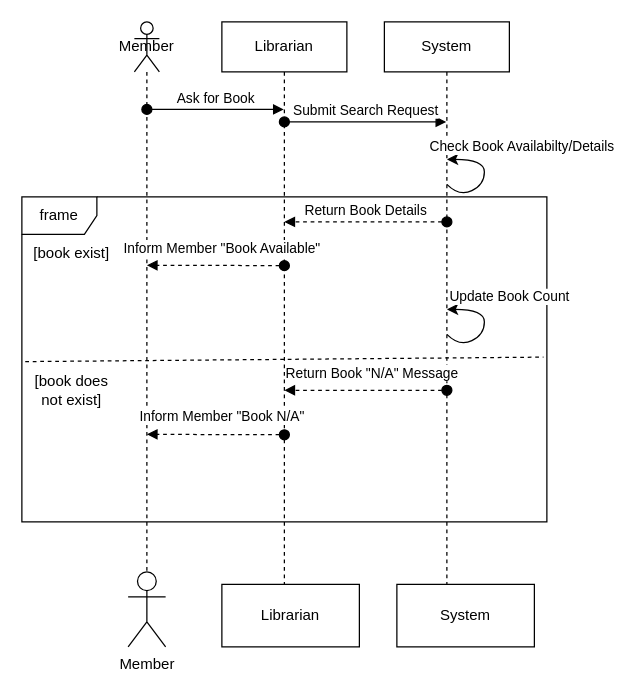
The draw.io diagram Sequence Diagram/Search Function.drawio in mazzzen-65/Library-Management-System-Diagrams, before the edit. Source tidied: cells renumbered, new cells numbered last; positions are measured from the earlier drawing's top-left corner, leaving out a move shared by most shapes. Both pictures are drawn from the tidied source at 125%, with x=0, y=0 at pixel (21, 21).
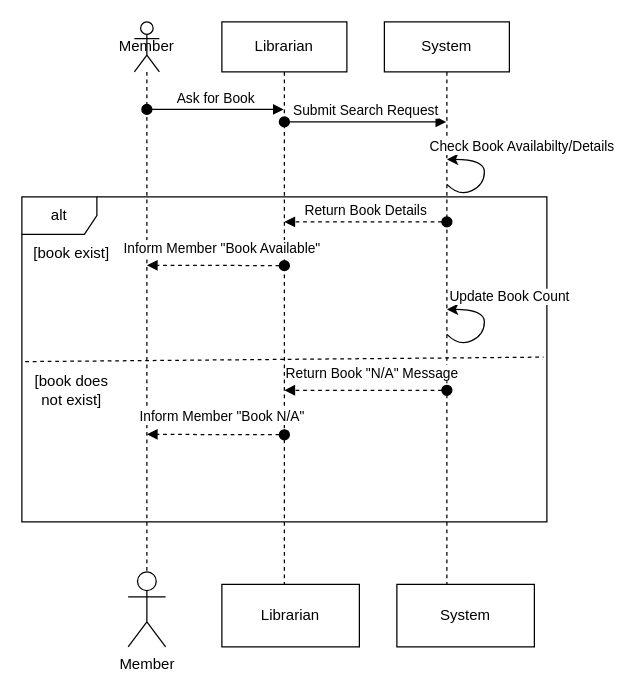
After the change.

Commit message (it also covers changes not shown here):
Edited Search Diagram

Change to the diagram source:
```diff
@@
-    <mxCell id="8" value="frame" style="shape=umlFrame;whiteSpace=wrap;html=1;" parent="1" vertex="1">
+    <mxCell id="8" value="alt" style="shape=umlFrame;whiteSpace=wrap;html=1;" parent="1" vertex="1">
       <mxGeometry y="140" width="420" height="260" as="geometry" />
     </mxCell>
```
